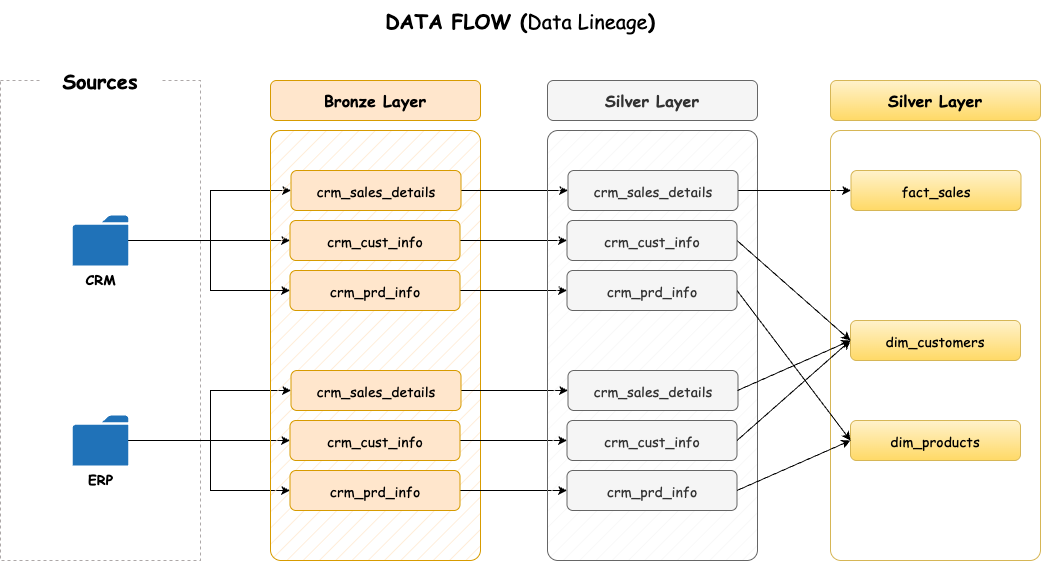
Before: docs/data_flow.png, a diagram exported from draw.io (gloryodeyemi/SQL-Data-Warehouse). Source tidied: cells renumbered, new cells last; positions are measured from the earlier drawing's top-left corner, leaving out a move shared by most shapes.
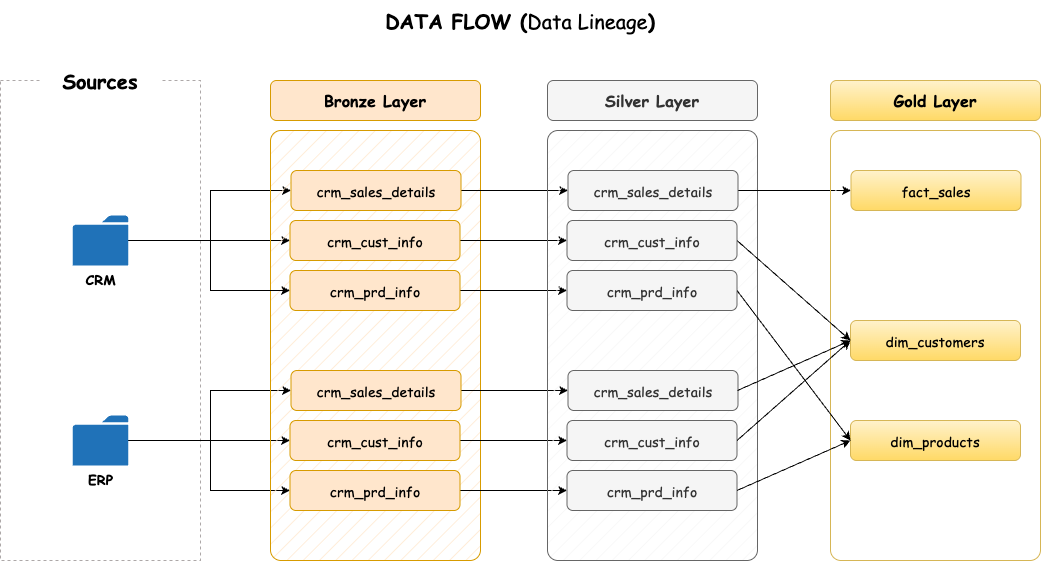
The same diagram one commit later.

Commit message:
Data model

Diff of the diagram source:
```diff
@@ -127,7 +127,7 @@
     <mxCell id="36" style="rounded=1;whiteSpace=wrap;html=1;arcSize=5;fillColor=default;strokeColor=#d6b656;fillStyle=hatch;gradientColor=none;" parent="1" vertex="1">
       <mxGeometry x="830" y="130" width="210" height="430" as="geometry" />
     </mxCell>
-    <mxCell id="37" value="&lt;span&gt;&lt;b&gt;Silver Layer&lt;/b&gt;&lt;/span&gt;" style="rounded=1;whiteSpace=wrap;html=1;fillColor=#fff2cc;strokeColor=#d6b656;fontFamily=Comic Sans MS;fontSize=16;fontStyle=0;gradientColor=#ffd966;" parent="1" vertex="1">
+    <mxCell id="37" value="&lt;span&gt;&lt;b&gt;Gold Layer&lt;/b&gt;&lt;/span&gt;" style="rounded=1;whiteSpace=wrap;html=1;fillColor=#fff2cc;strokeColor=#d6b656;fontFamily=Comic Sans MS;fontSize=16;fontStyle=0;gradientColor=#ffd966;" parent="1" vertex="1">
       <mxGeometry x="830" y="80" width="210" height="40" as="geometry" />
     </mxCell>
     <mxCell id="38" value="&lt;span&gt;&lt;font style=&quot;font-size: 14px;&quot;&gt;fact_sales&lt;/font&gt;&lt;/span&gt;" style="rounded=1;whiteSpace=wrap;html=1;fillColor=#fff2cc;strokeColor=#d6b656;fontFamily=Comic Sans MS;fontSize=16;fontStyle=0;gradientColor=#ffd966;" parent="1" vertex="1">
```
